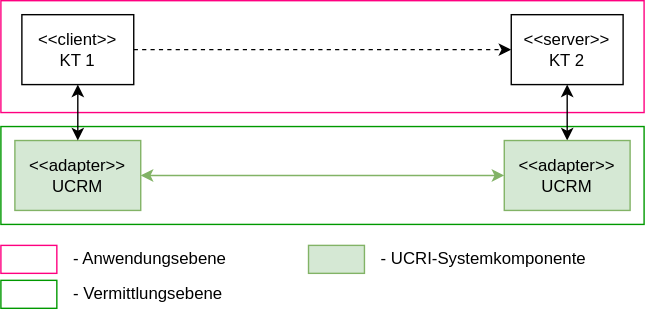
Earlier version of the draw.io export staging/spec/ucri-arch-overview.drawio.svg (PMeV-EFUL/ucri2). Source tidied: cells renumbered, new cells last; positions are measured from the earlier drawing's top-left corner, leaving out a move shared by most shapes. Its diagram source:
```xml
<mxGraphModel>
  <root>
    <mxCell id="0" />
    <mxCell id="1" parent="0" />
    <mxCell id="2" style="rounded=0;whiteSpace=wrap;html=1;fillColor=none;strokeColor=#FF0080;" parent="1" vertex="1">
      <mxGeometry width="460" height="80" as="geometry" />
    </mxCell>
    <mxCell id="3" style="rounded=0;whiteSpace=wrap;html=1;fillColor=none;strokeColor=#009900;" parent="1" vertex="1">
      <mxGeometry y="90" width="460" height="70" as="geometry" />
    </mxCell>
    <mxCell id="4" style="edgeStyle=orthogonalEdgeStyle;rounded=0;jettySize=auto;html=1;startArrow=classic;startFill=1;fillColor=#d5e8d4;strokeColor=#82b366;" parent="1" edge="1" source="5" target="13">
      <mxGeometry relative="1" as="geometry" />
    </mxCell>
    <mxCell id="5" value="&amp;lt;&amp;lt;adapter&amp;gt;&amp;gt;&lt;br&gt;UCRM" style="rounded=0;whiteSpace=wrap;html=1;fillColor=#d5e8d4;strokeColor=#82b366;" parent="1" vertex="1">
      <mxGeometry x="10" y="100" width="90" height="50" as="geometry" />
    </mxCell>
    <mxCell id="6" style="edgeStyle=orthogonalEdgeStyle;rounded=0;jettySize=auto;html=1;startArrow=classic;startFill=1;" parent="1" edge="1" source="8" target="5">
      <mxGeometry relative="1" as="geometry" />
    </mxCell>
    <mxCell id="7" style="edgeStyle=orthogonalEdgeStyle;rounded=0;jettySize=auto;html=1;dashed=1;" parent="1" edge="1" source="8" target="11">
      <mxGeometry relative="1" as="geometry" />
    </mxCell>
    <mxCell id="8" value="&amp;lt;&amp;lt;client&amp;gt;&amp;gt;&lt;br&gt;KT 1" style="rounded=0;whiteSpace=wrap;html=1;" parent="1" vertex="1">
      <mxGeometry x="15" y="10" width="80" height="50" as="geometry" />
    </mxCell>
    <mxCell id="9" style="rounded=0;whiteSpace=wrap;html=1;fillColor=#d5e8d4;strokeColor=#82b366;" parent="1" vertex="1">
      <mxGeometry x="220" y="175" width="40" height="20" as="geometry" />
    </mxCell>
    <mxCell id="10" value="- UCRI-Systemkomponente" style="text;html=1;strokeColor=none;fillColor=none;align=left;verticalAlign=middle;whiteSpace=wrap;rounded=0;" parent="1" vertex="1">
      <mxGeometry x="270" y="170" width="160" height="30" as="geometry" />
    </mxCell>
    <mxCell id="11" value="&amp;lt;&amp;lt;server&amp;gt;&amp;gt;&lt;br&gt;KT 2" style="rounded=0;whiteSpace=wrap;html=1;" parent="1" vertex="1">
      <mxGeometry x="365" y="10" width="80" height="50" as="geometry" />
    </mxCell>
    <mxCell id="12" style="edgeStyle=orthogonalEdgeStyle;rounded=0;jettySize=auto;html=1;startArrow=classic;startFill=1;" parent="1" edge="1" source="13" target="11">
      <mxGeometry relative="1" as="geometry" />
    </mxCell>
    <mxCell id="13" value="&amp;lt;&amp;lt;adapter&amp;gt;&amp;gt;&lt;br&gt;UCRM" style="rounded=0;whiteSpace=wrap;html=1;fillColor=#d5e8d4;strokeColor=#82b366;" parent="1" vertex="1">
      <mxGeometry x="360" y="100" width="90" height="50" as="geometry" />
    </mxCell>
    <mxCell id="14" style="rounded=0;whiteSpace=wrap;html=1;fillColor=none;strokeColor=#FF0080;" parent="1" vertex="1">
      <mxGeometry y="175" width="40" height="20" as="geometry" />
    </mxCell>
    <mxCell id="15" value="- Anwendungsebene" style="text;html=1;strokeColor=none;fillColor=none;align=left;verticalAlign=middle;whiteSpace=wrap;rounded=0;" parent="1" vertex="1">
      <mxGeometry x="50" y="170" width="160" height="30" as="geometry" />
    </mxCell>
    <mxCell id="16" style="rounded=0;whiteSpace=wrap;html=1;fillColor=none;strokeColor=#009900;" parent="1" vertex="1">
      <mxGeometry y="200" width="40" height="20" as="geometry" />
    </mxCell>
    <mxCell id="17" value="- Vermittlungsebene" style="text;html=1;strokeColor=none;fillColor=none;align=left;verticalAlign=middle;whiteSpace=wrap;rounded=0;" parent="1" vertex="1">
      <mxGeometry x="50" y="195" width="160" height="30" as="geometry" />
    </mxCell>
  </root>
</mxGraphModel>
```
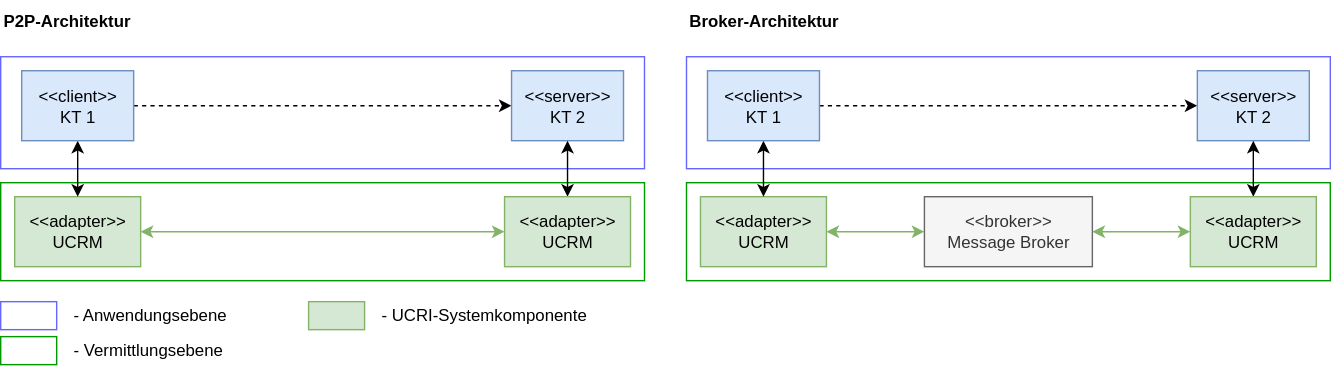
The same file after the commit.

Commit message:
doc: UCRI2 Systemarchitektur überarbeitet.

The edit, as a diff of the source:
```diff
@@ -2,9 +2,9 @@
   <root>
     <mxCell id="0" />
     <mxCell id="1" parent="0" />
-    <mxCell id="2" style="rounded=0;whiteSpace=wrap;html=1;fillColor=none;strokeColor=#FF0080;" parent="1" vertex="1">
-      <mxGeometry width="460" height="80" as="geometry" />
-    </mxCell>
+    <mxCell id="18" style="rounded=0;whiteSpace=wrap;html=1;fillColor=none;strokeColor=#6666FF;" parent="1" vertex="1">
+      <mxGeometry width="460" height="80" as="geometry" />
+    </mxCell>
     <mxCell id="3" style="rounded=0;whiteSpace=wrap;html=1;fillColor=none;strokeColor=#009900;" parent="1" vertex="1">
       <mxGeometry y="90" width="460" height="70" as="geometry" />
     </mxCell>
@@ -14,33 +14,33 @@
     <mxCell id="5" value="&amp;lt;&amp;lt;adapter&amp;gt;&amp;gt;&lt;br&gt;UCRM" style="rounded=0;whiteSpace=wrap;html=1;fillColor=#d5e8d4;strokeColor=#82b366;" parent="1" vertex="1">
       <mxGeometry x="10" y="100" width="90" height="50" as="geometry" />
     </mxCell>
-    <mxCell id="6" style="edgeStyle=orthogonalEdgeStyle;rounded=0;jettySize=auto;html=1;startArrow=classic;startFill=1;" parent="1" edge="1" source="8" target="5">
-      <mxGeometry relative="1" as="geometry" />
-    </mxCell>
-    <mxCell id="7" style="edgeStyle=orthogonalEdgeStyle;rounded=0;jettySize=auto;html=1;dashed=1;" parent="1" edge="1" source="8" target="11">
-      <mxGeometry relative="1" as="geometry" />
-    </mxCell>
-    <mxCell id="8" value="&amp;lt;&amp;lt;client&amp;gt;&amp;gt;&lt;br&gt;KT 1" style="rounded=0;whiteSpace=wrap;html=1;" parent="1" vertex="1">
-      <mxGeometry x="15" y="10" width="80" height="50" as="geometry" />
-    </mxCell>
+    <mxCell id="19" style="edgeStyle=orthogonalEdgeStyle;rounded=0;jettySize=auto;html=1;startArrow=classic;startFill=1;" parent="1" edge="1" source="21" target="5">
+      <mxGeometry relative="1" as="geometry" />
+    </mxCell>
+    <mxCell id="20" style="edgeStyle=orthogonalEdgeStyle;rounded=0;jettySize=auto;html=1;dashed=1;" parent="1" edge="1" source="21" target="22">
+      <mxGeometry relative="1" as="geometry" />
+    </mxCell>
+    <mxCell id="21" value="&amp;lt;&amp;lt;client&amp;gt;&amp;gt;&lt;br&gt;KT 1" style="rounded=0;whiteSpace=wrap;html=1;fillColor=#dae8fc;strokeColor=#6c8ebf;" parent="1" vertex="1">
+      <mxGeometry x="15" y="10" width="80" height="50" as="geometry" />
+    </mxCell>
     <mxCell id="9" style="rounded=0;whiteSpace=wrap;html=1;fillColor=#d5e8d4;strokeColor=#82b366;" parent="1" vertex="1">
       <mxGeometry x="220" y="175" width="40" height="20" as="geometry" />
     </mxCell>
     <mxCell id="10" value="- UCRI-Systemkomponente" style="text;html=1;strokeColor=none;fillColor=none;align=left;verticalAlign=middle;whiteSpace=wrap;rounded=0;" parent="1" vertex="1">
       <mxGeometry x="270" y="170" width="160" height="30" as="geometry" />
     </mxCell>
-    <mxCell id="11" value="&amp;lt;&amp;lt;server&amp;gt;&amp;gt;&lt;br&gt;KT 2" style="rounded=0;whiteSpace=wrap;html=1;" parent="1" vertex="1">
-      <mxGeometry x="365" y="10" width="80" height="50" as="geometry" />
-    </mxCell>
-    <mxCell id="12" style="edgeStyle=orthogonalEdgeStyle;rounded=0;jettySize=auto;html=1;startArrow=classic;startFill=1;" parent="1" edge="1" source="13" target="11">
-      <mxGeometry relative="1" as="geometry" />
-    </mxCell>
+    <mxCell id="22" value="&amp;lt;&amp;lt;server&amp;gt;&amp;gt;&lt;br&gt;KT 2" style="rounded=0;whiteSpace=wrap;html=1;fillColor=#dae8fc;strokeColor=#6c8ebf;" parent="1" vertex="1">
+      <mxGeometry x="365" y="10" width="80" height="50" as="geometry" />
+    </mxCell>
+    <mxCell id="23" style="edgeStyle=orthogonalEdgeStyle;rounded=0;jettySize=auto;html=1;startArrow=classic;startFill=1;" parent="1" edge="1" source="13" target="22">
+      <mxGeometry relative="1" as="geometry" />
+    </mxCell>
     <mxCell id="13" value="&amp;lt;&amp;lt;adapter&amp;gt;&amp;gt;&lt;br&gt;UCRM" style="rounded=0;whiteSpace=wrap;html=1;fillColor=#d5e8d4;strokeColor=#82b366;" parent="1" vertex="1">
       <mxGeometry x="360" y="100" width="90" height="50" as="geometry" />
     </mxCell>
-    <mxCell id="14" style="rounded=0;whiteSpace=wrap;html=1;fillColor=none;strokeColor=#FF0080;" parent="1" vertex="1">
-      <mxGeometry y="175" width="40" height="20" as="geometry" />
-    </mxCell>
+    <mxCell id="24" style="rounded=0;whiteSpace=wrap;html=1;fillColor=none;strokeColor=#6666FF;" parent="1" vertex="1">
+      <mxGeometry y="175" width="40" height="20" as="geometry" />
+    </mxCell>
     <mxCell id="15" value="- Anwendungsebene" style="text;html=1;strokeColor=none;fillColor=none;align=left;verticalAlign=middle;whiteSpace=wrap;rounded=0;" parent="1" vertex="1">
       <mxGeometry x="50" y="170" width="160" height="30" as="geometry" />
     </mxCell>
@@ -50,5 +50,47 @@
     <mxCell id="17" value="- Vermittlungsebene" style="text;html=1;strokeColor=none;fillColor=none;align=left;verticalAlign=middle;whiteSpace=wrap;rounded=0;" parent="1" vertex="1">
       <mxGeometry x="50" y="195" width="160" height="30" as="geometry" />
     </mxCell>
+    <mxCell id="25" value="&lt;b&gt;P2P-Architektur&lt;/b&gt;" style="text;html=1;align=left;verticalAlign=middle;whiteSpace=wrap;rounded=0;" parent="1" vertex="1">
+      <mxGeometry y="-40" width="120" height="30" as="geometry" />
+    </mxCell>
+    <mxCell id="26" style="rounded=0;whiteSpace=wrap;html=1;fillColor=none;strokeColor=#6666FF;" parent="1" vertex="1">
+      <mxGeometry x="490" width="460" height="80" as="geometry" />
+    </mxCell>
+    <mxCell id="27" style="rounded=0;whiteSpace=wrap;html=1;fillColor=none;strokeColor=#009900;" parent="1" vertex="1">
+      <mxGeometry x="490" y="90" width="460" height="70" as="geometry" />
+    </mxCell>
+    <mxCell id="28" style="edgeStyle=orthogonalEdgeStyle;rounded=0;jettySize=auto;html=1;startArrow=classic;startFill=1;fillColor=#d5e8d4;strokeColor=#82b366;" parent="1" edge="1" source="29" target="37">
+      <mxGeometry relative="1" as="geometry" />
+    </mxCell>
+    <mxCell id="29" value="&amp;lt;&amp;lt;adapter&amp;gt;&amp;gt;&lt;br&gt;UCRM" style="rounded=0;whiteSpace=wrap;html=1;fillColor=#d5e8d4;strokeColor=#82b366;" parent="1" vertex="1">
+      <mxGeometry x="500" y="100" width="90" height="50" as="geometry" />
+    </mxCell>
+    <mxCell id="30" style="edgeStyle=orthogonalEdgeStyle;rounded=0;jettySize=auto;html=1;startArrow=classic;startFill=1;" parent="1" edge="1" source="32" target="29">
+      <mxGeometry relative="1" as="geometry" />
+    </mxCell>
+    <mxCell id="31" style="edgeStyle=orthogonalEdgeStyle;rounded=0;jettySize=auto;html=1;dashed=1;" parent="1" edge="1" source="32" target="33">
+      <mxGeometry relative="1" as="geometry" />
+    </mxCell>
+    <mxCell id="32" value="&amp;lt;&amp;lt;client&amp;gt;&amp;gt;&lt;br&gt;KT 1" style="rounded=0;whiteSpace=wrap;html=1;fillColor=#dae8fc;strokeColor=#6c8ebf;" parent="1" vertex="1">
+      <mxGeometry x="505" y="10" width="80" height="50" as="geometry" />
+    </mxCell>
+    <mxCell id="33" value="&amp;lt;&amp;lt;server&amp;gt;&amp;gt;&lt;br&gt;KT 2" style="rounded=0;whiteSpace=wrap;html=1;fillColor=#dae8fc;strokeColor=#6c8ebf;" parent="1" vertex="1">
+      <mxGeometry x="855" y="10" width="80" height="50" as="geometry" />
+    </mxCell>
+    <mxCell id="34" style="edgeStyle=orthogonalEdgeStyle;rounded=0;jettySize=auto;html=1;startArrow=classic;startFill=1;" parent="1" edge="1" source="35" target="33">
+      <mxGeometry relative="1" as="geometry" />
+    </mxCell>
+    <mxCell id="35" value="&amp;lt;&amp;lt;adapter&amp;gt;&amp;gt;&lt;br&gt;UCRM" style="rounded=0;whiteSpace=wrap;html=1;fillColor=#d5e8d4;strokeColor=#82b366;" parent="1" vertex="1">
+      <mxGeometry x="850" y="100" width="90" height="50" as="geometry" />
+    </mxCell>
+    <mxCell id="36" value="&lt;b&gt;Broker-Architektur&lt;/b&gt;" style="text;html=1;align=left;verticalAlign=middle;whiteSpace=wrap;rounded=0;" parent="1" vertex="1">
+      <mxGeometry x="490" y="-40" width="120" height="30" as="geometry" />
+    </mxCell>
+    <mxCell id="37" value="&amp;lt;&amp;lt;broker&amp;gt;&amp;gt;&lt;br&gt;Message Broker" style="rounded=0;whiteSpace=wrap;html=1;fillColor=#f5f5f5;strokeColor=#666666;fontColor=#333333;" parent="1" vertex="1">
+      <mxGeometry x="660" y="100" width="120" height="50" as="geometry" />
+    </mxCell>
+    <mxCell id="38" style="edgeStyle=orthogonalEdgeStyle;rounded=0;jettySize=auto;html=1;startArrow=classic;startFill=1;fillColor=#d5e8d4;strokeColor=#82b366;" parent="1" edge="1" source="37" target="35">
+      <mxGeometry relative="1" as="geometry" />
+    </mxCell>
   </root>
 </mxGraphModel>
```
